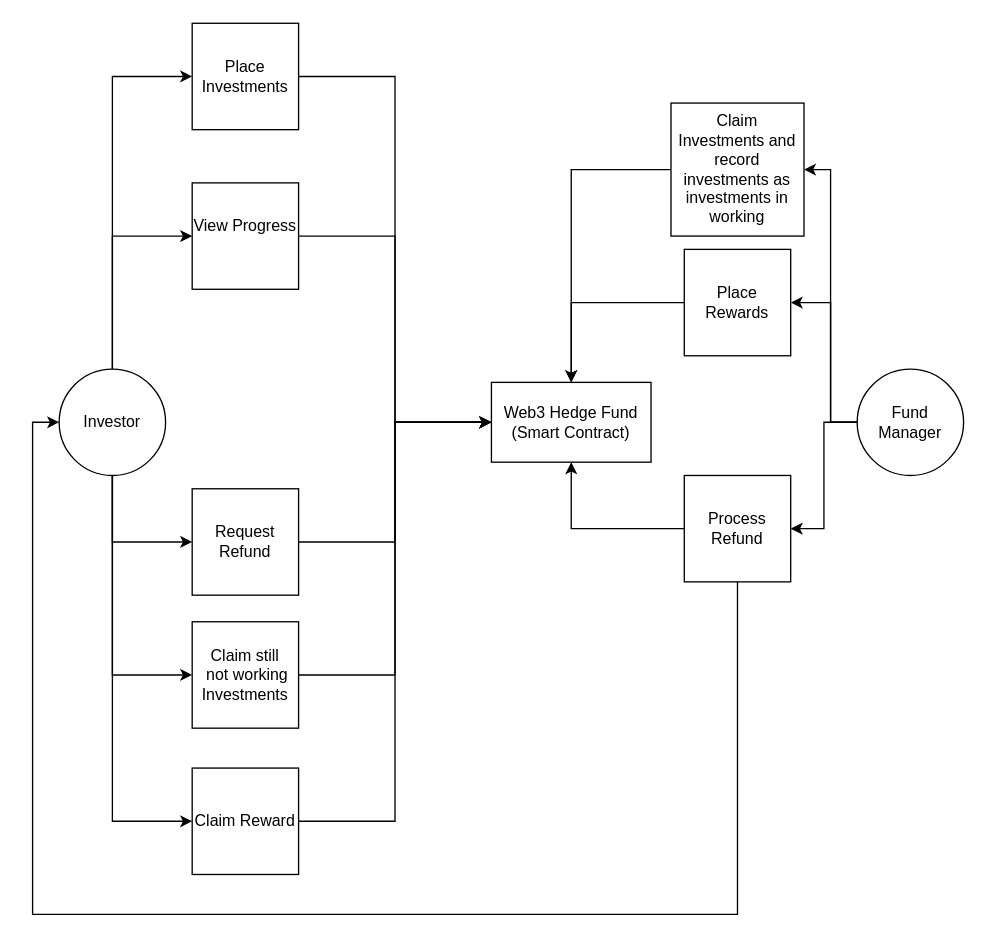
Before: diagram.drawio in 8clever/web3-hedge-fund, a draw.io diagram. Source tidied: cells renumbered, new cells numbered last; positions are measured from the earlier drawing's top-left corner, leaving out a move shared by most shapes. Both pictures are drawn from the tidied source at 133%, with x=0, y=0 at pixel (32, 23).
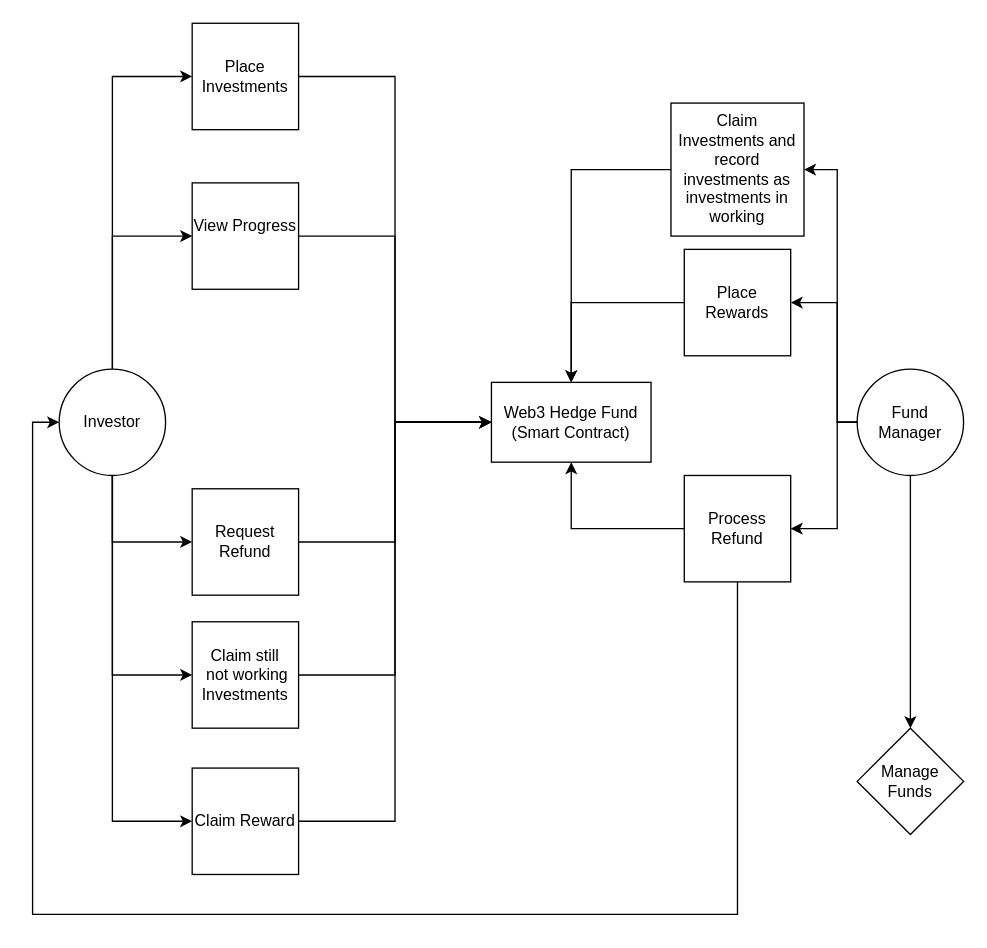
After the change.

The change refers to these unchanged cells:
```xml
<mxCell id="18" value="Fund Manager" style="ellipse;whiteSpace=wrap;html=1;" parent="1" vertex="1">
  <mxGeometry x="620" y="260" width="80" height="80" as="geometry" />
</mxCell>
<mxCell id="24" value="Claim Investments and record investments as investments in working" style="whiteSpace=wrap;html=1;" parent="1" vertex="1">
  <mxGeometry x="480" y="60" width="100" height="100" as="geometry" />
</mxCell>
<mxCell id="26" value="Place Rewards" style="whiteSpace=wrap;html=1;" parent="1" vertex="1">
  <mxGeometry x="490" y="170" width="80" height="80" as="geometry" />
</mxCell>
<mxCell id="29" value="Process Refund" style="whiteSpace=wrap;html=1;" parent="1" vertex="1">
  <mxGeometry x="490" y="340" width="80" height="80" as="geometry" />
</mxCell>
```

What changed in the source:
```diff
@@
     <mxCell id="15" style="edgeStyle=orthogonalEdgeStyle;rounded=0;jettySize=auto;html=1;entryX=1;entryY=0.5;entryDx=0;entryDy=0;" parent="1" edge="1" source="18" target="24">
-      <mxGeometry relative="1" as="geometry" />
+      <mxGeometry relative="1" as="geometry">
+        <Array as="points">
+          <mxPoint x="605" y="300" />
+          <mxPoint x="605" y="110" />
+        </Array>
+      </mxGeometry>
     </mxCell>
     <mxCell id="16" style="edgeStyle=orthogonalEdgeStyle;rounded=0;jettySize=auto;html=1;entryX=1;entryY=0.5;entryDx=0;entryDy=0;" parent="1" edge="1" source="18" target="26">
       <mxGeometry relative="1" as="geometry">
         <Array as="points">
-          <mxPoint x="600" y="300" />
-          <mxPoint x="600" y="210" />
+          <mxPoint x="605" y="300" />
+          <mxPoint x="605" y="210" />
         </Array>
       </mxGeometry>
     </mxCell>
     <mxCell id="17" style="edgeStyle=orthogonalEdgeStyle;rounded=0;jettySize=auto;html=1;entryX=1;entryY=0.5;entryDx=0;entryDy=0;" parent="1" edge="1" source="18" target="29">
-      <mxGeometry relative="1" as="geometry" />
+      <mxGeometry relative="1" as="geometry">
+        <Array as="points">
+          <mxPoint x="605" y="300" />
+          <mxPoint x="605" y="380" />
+        </Array>
+      </mxGeometry>
     </mxCell>
+    <mxCell id="30" style="edgeStyle=orthogonalEdgeStyle;rounded=0;jettySize=auto;html=1;" parent="1" edge="1" source="18" target="31">
+      <mxGeometry relative="1" as="geometry" />
+    </mxCell>
@@
+    <mxCell id="31" value="Manage Funds" style="rhombus;whiteSpace=wrap;html=1;" parent="1" vertex="1">
+      <mxGeometry x="620" y="530" width="80" height="80" as="geometry" />
+    </mxCell>
```
